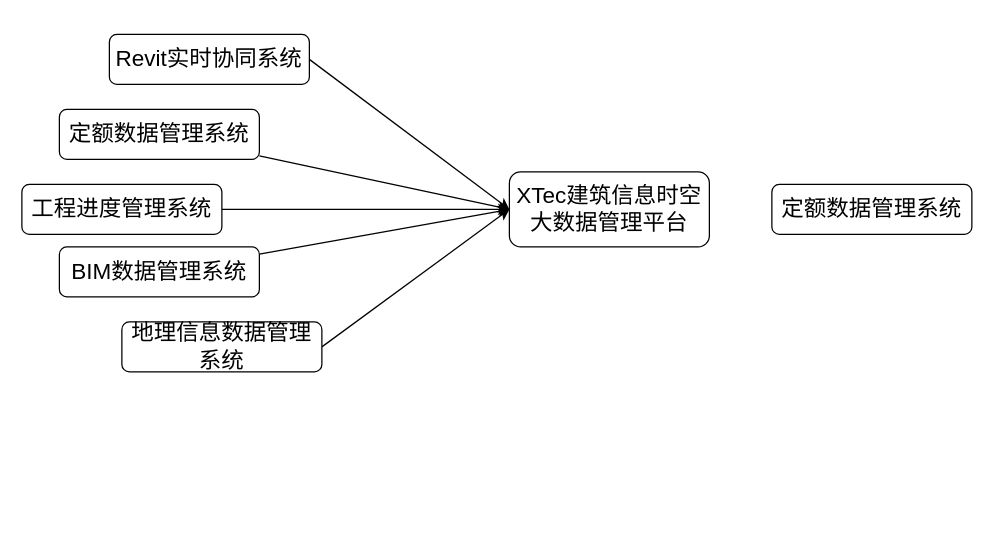
Before: 建筑信息时空大数据平台架构图.drawio in gaochaowyq/MinderGraph, a draw.io diagram. Source tidied: cells renumbered, new cells numbered last; positions are measured from the earlier drawing's top-left corner, leaving out a move shared by most shapes. Both pictures are drawn from the tidied source at 125%, with x=0, y=0 at pixel (21, 34).
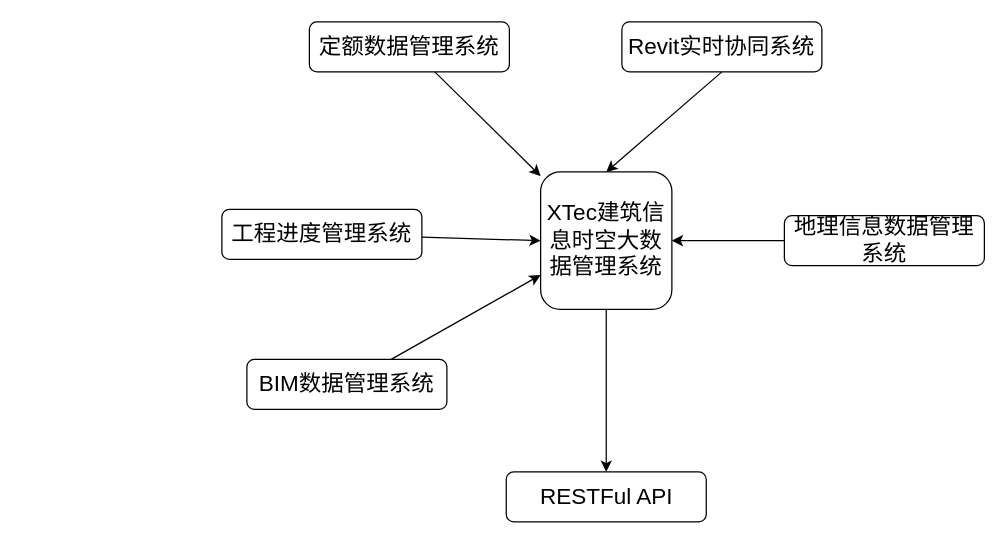
After the change.

Commit message (it also covers changes not shown here):
更新建筑信息时空大数据平台架构图.drawio

Diff of the diagram source:
```diff
@@
 <mxGraphModel>
   <root>
     <mxCell id="0" />
     <mxCell id="1" parent="0" />
+    <mxCell id="14" style="rounded=0;jettySize=auto;html=1;" parent="1" edge="1" source="2" target="15">
+      <mxGeometry relative="1" as="geometry" />
+    </mxCell>
-    <mxCell id="2" value="&lt;font style=&quot;font-size: 18px;&quot;&gt;XTec建筑信息时空大数据管理平台&lt;/font&gt;" style="rounded=1;whiteSpace=wrap;html=1;" parent="1" vertex="1">
-      <mxGeometry x="390" y="110" width="160" height="60" as="geometry" />
+    <mxCell id="2" value="&lt;font style=&quot;font-size: 18px;&quot;&gt;XTec建筑信息时空大数据管理系统&lt;/font&gt;" style="rounded=1;whiteSpace=wrap;html=1;" parent="1" vertex="1">
+      <mxGeometry x="415" y="110" width="105" height="110" as="geometry" />
     </mxCell>
-    <mxCell id="3" style="rounded=0;jettySize=auto;html=1;entryX=0;entryY=0.5;entryDx=0;entryDy=0;exitX=1;exitY=0.5;exitDx=0;exitDy=0;" parent="1" edge="1" source="4" target="2">
+    <mxCell id="3" style="rounded=0;jettySize=auto;html=1;exitX=0.5;exitY=1;exitDx=0;exitDy=0;entryX=0.5;entryY=0;entryDx=0;entryDy=0;" parent="1" edge="1" source="4" target="2">
       <mxGeometry relative="1" as="geometry" />
     </mxCell>
     <mxCell id="4" value="&lt;div style=&quot;font-size: 18px;&quot;&gt;&lt;font style=&quot;font-size: 18px;&quot;&gt;Revit实时协同系统&lt;/font&gt;&lt;/div&gt;" style="rounded=1;whiteSpace=wrap;html=1;" parent="1" vertex="1">
-      <mxGeometry x="70" width="160" height="40" as="geometry" />
+      <mxGeometry x="480" y="-10" width="160" height="40" as="geometry" />
     </mxCell>
-    <mxCell id="5" style="rounded=0;jettySize=auto;html=1;" parent="1" edge="1" source="6">
-      <mxGeometry relative="1" as="geometry">
-        <mxPoint x="390" y="140" as="targetPoint" />
-      </mxGeometry>
+    <mxCell id="5" style="rounded=0;jettySize=auto;html=1;" parent="1" edge="1" source="6" target="2">
+      <mxGeometry relative="1" as="geometry" />
     </mxCell>
     <mxCell id="6" value="&lt;div style=&quot;font-size: 18px;&quot;&gt;定额数据管理系统&lt;/div&gt;" style="rounded=1;whiteSpace=wrap;html=1;" parent="1" vertex="1">
-      <mxGeometry x="30" y="60" width="160" height="40" as="geometry" />
+      <mxGeometry x="230" y="-10" width="160" height="40" as="geometry" />
     </mxCell>
     <mxCell id="7" style="rounded=0;jettySize=auto;html=1;entryX=0;entryY=0.5;entryDx=0;entryDy=0;" parent="1" edge="1" source="8" target="2">
       <mxGeometry relative="1" as="geometry" />
     </mxCell>
     <mxCell id="8" value="&lt;font style=&quot;font-size: 18px;&quot;&gt;工程进度管理系统&lt;/font&gt;" style="rounded=1;whiteSpace=wrap;html=1;" parent="1" vertex="1">
-      <mxGeometry y="120" width="160" height="40" as="geometry" />
+      <mxGeometry x="160" y="140" width="160" height="40" as="geometry" />
     </mxCell>
-    <mxCell id="9" style="rounded=0;jettySize=auto;html=1;entryX=0;entryY=0.5;entryDx=0;entryDy=0;" parent="1" edge="1" source="10" target="2">
+    <mxCell id="9" style="rounded=0;jettySize=auto;html=1;entryX=0;entryY=0.75;entryDx=0;entryDy=0;" parent="1" edge="1" source="10" target="2">
       <mxGeometry relative="1" as="geometry" />
     </mxCell>
     <mxCell id="10" value="&lt;font style=&quot;font-size: 18px;&quot;&gt;BIM数据管理系统&lt;/font&gt;" style="rounded=1;whiteSpace=wrap;html=1;" parent="1" vertex="1">
-      <mxGeometry x="30" y="170" width="160" height="40" as="geometry" />
+      <mxGeometry x="180" y="260" width="160" height="40" as="geometry" />
     </mxCell>
-    <mxCell id="11" style="rounded=0;jettySize=auto;html=1;entryX=0;entryY=0.5;entryDx=0;entryDy=0;exitX=1;exitY=0.5;exitDx=0;exitDy=0;" parent="1" edge="1" source="12" target="2">
+    <mxCell id="11" style="rounded=0;jettySize=auto;html=1;exitX=0;exitY=0.5;exitDx=0;exitDy=0;" parent="1" edge="1" source="12" target="2">
       <mxGeometry relative="1" as="geometry" />
     </mxCell>
     <mxCell id="12" value="&lt;font style=&quot;font-size: 18px;&quot;&gt;地理信息数据管理系统&lt;/font&gt;" style="rounded=1;whiteSpace=wrap;html=1;" parent="1" vertex="1">
-      <mxGeometry x="80" y="230" width="160" height="40" as="geometry" />
+      <mxGeometry x="610" y="145" width="160" height="40" as="geometry" />
     </mxCell>
-    <mxCell id="13" value="&lt;div style=&quot;font-size: 18px;&quot;&gt;定额数据管理系统&lt;/div&gt;" style="rounded=1;whiteSpace=wrap;html=1;" parent="1" vertex="1">
-      <mxGeometry x="600" y="120" width="160" height="40" as="geometry" />
-    </mxCell>
+    <mxCell id="15" value="&lt;font style=&quot;font-size: 18px;&quot;&gt;RESTFul API&lt;/font&gt;" style="rounded=1;whiteSpace=wrap;html=1;" parent="1" vertex="1">
+      <mxGeometry x="387.5" y="350" width="160" height="40" as="geometry" />
+    </mxCell>
   </root>
 </mxGraphModel>
```
